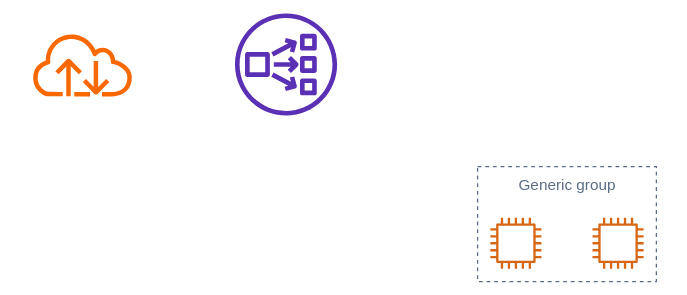
Earlier version of the draw.io export AWS/Untitled Diagram.svg (alexanderoneill/Obsidian). Source tidied: cells renumbered, new cells last; positions are measured from the earlier drawing's top-left corner, leaving out a move shared by most shapes.
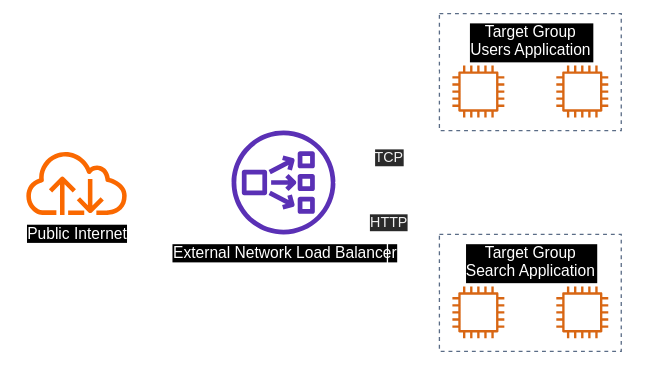
After the commit.

Commit message:
vault backup: 15.08.2023 - 09:58:43

Diff of the diagram source:
```diff
@@ -2,20 +2,38 @@
   <root>
     <mxCell id="0" />
     <mxCell id="1" parent="0" />
-    <mxCell id="2" style="outlineConnect=0;fontColor=#000000;fillColor=#fa6800;strokeColor=#C73500;dashed=0;verticalLabelPosition=bottom;verticalAlign=top;align=center;html=1;fontSize=12;fontStyle=0;shape=mxgraph.aws4.internet;" parent="1" vertex="1">
-      <mxGeometry y="15" width="81.2" height="50" as="geometry" />
+    <mxCell id="2" value="&lt;font color=&quot;#ffffff&quot; style=&quot;background-color: rgb(0 , 0 , 0)&quot;&gt;Public Internet&lt;/font&gt;" style="outlineConnect=0;fontColor=#000000;fillColor=#fa6800;strokeColor=#C73500;dashed=0;verticalLabelPosition=bottom;verticalAlign=top;align=center;html=1;fontSize=12;fontStyle=0;shape=mxgraph.aws4.internet;" parent="1" vertex="1">
+      <mxGeometry x="30" y="55" width="81.2" height="50" as="geometry" />
     </mxCell>
-    <mxCell id="3" style="outlineConnect=0;fontColor=#232F3E;gradientColor=none;fillColor=#5A30B5;strokeColor=none;dashed=0;verticalLabelPosition=bottom;verticalAlign=top;align=center;html=1;fontSize=12;fontStyle=0;shape=mxgraph.aws4.network_load_balancer;" parent="1" vertex="1">
-      <mxGeometry x="160" width="80" height="80" as="geometry" />
+    <mxCell id="3" value="&lt;font style=&quot;background-color: rgb(0 , 0 , 0)&quot; color=&quot;#ffffff&quot;&gt;External Network Load Balancer&lt;/font&gt;" style="outlineConnect=0;fontColor=#232F3E;gradientColor=none;fillColor=#5A30B5;strokeColor=none;dashed=0;verticalLabelPosition=bottom;verticalAlign=top;align=center;html=1;fontSize=12;fontStyle=0;shape=mxgraph.aws4.network_load_balancer;" parent="1" vertex="1">
+      <mxGeometry x="190" y="40" width="80" height="80" as="geometry" />
     </mxCell>
     <mxCell id="4" style="fontColor=#232F3E;gradientColor=none;fillColor=#D86613;strokeColor=none;dashed=0;verticalLabelPosition=bottom;verticalAlign=top;align=center;html=1;fontSize=12;fontStyle=0;shape=mxgraph.aws4.instance2;" parent="1" vertex="1">
       <mxGeometry x="360" y="160" width="40" height="40" as="geometry" />
     </mxCell>
-    <mxCell id="5" value="Generic group" style="fillColor=none;strokeColor=#5A6C86;dashed=1;verticalAlign=top;fontStyle=0;fontColor=#5A6C86;" parent="1" vertex="1">
+    <mxCell id="5" value="Target Group&#10;Search Application" style="fillColor=none;strokeColor=#5A6C86;dashed=1;verticalAlign=top;fontStyle=0;fontColor=#FFFFFF;labelBackgroundColor=#000000;" parent="1" vertex="1">
       <mxGeometry x="350" y="120" width="140" height="90" as="geometry" />
     </mxCell>
     <mxCell id="6" style="fontColor=#232F3E;gradientColor=none;fillColor=#D86613;strokeColor=none;dashed=0;verticalLabelPosition=bottom;verticalAlign=top;align=center;html=1;fontSize=12;fontStyle=0;shape=mxgraph.aws4.instance2;" parent="1" vertex="1">
       <mxGeometry x="440" y="160" width="40" height="40" as="geometry" />
     </mxCell>
+    <mxCell id="7" style="fontColor=#232F3E;gradientColor=none;fillColor=#D86613;strokeColor=none;dashed=0;verticalLabelPosition=bottom;verticalAlign=top;align=center;html=1;fontSize=12;fontStyle=0;shape=mxgraph.aws4.instance2;" parent="1" vertex="1">
+      <mxGeometry x="360" y="-10" width="40" height="40" as="geometry" />
+    </mxCell>
+    <mxCell id="8" value="Target Group&#10;Users Application" style="fillColor=none;strokeColor=#5A6C86;dashed=1;verticalAlign=top;fontStyle=0;fontColor=#FFFFFF;labelBackgroundColor=#000000;" parent="1" vertex="1">
+      <mxGeometry x="350" y="-50" width="140" height="90" as="geometry" />
+    </mxCell>
+    <mxCell id="9" style="fontColor=#232F3E;gradientColor=none;fillColor=#D86613;strokeColor=none;dashed=0;verticalLabelPosition=bottom;verticalAlign=top;align=center;html=1;fontSize=12;fontStyle=0;shape=mxgraph.aws4.instance2;" parent="1" vertex="1">
+      <mxGeometry x="440" y="-10" width="40" height="40" as="geometry" />
+    </mxCell>
+    <mxCell id="10" style="edgeStyle=orthogonalEdgeStyle;html=1;endArrow=block;elbow=vertical;startArrow=none;endFill=1;rounded=0;strokeColor=#FFFFFF;" parent="1" edge="1" source="2" target="3">
+      <mxGeometry relative="1" as="geometry" />
+    </mxCell>
+    <mxCell id="11" value="TCP" style="edgeStyle=orthogonalEdgeStyle;html=1;endArrow=block;elbow=vertical;startArrow=none;endFill=1;rounded=0;entryX=0;entryY=0.5;entryDx=0;entryDy=0;strokeColor=#FFFFFF;" parent="1" edge="1" source="3" target="8">
+      <mxGeometry x="-0.27" relative="1" as="geometry" />
+    </mxCell>
+    <mxCell id="12" value="HTTP" style="edgeStyle=orthogonalEdgeStyle;html=1;endArrow=block;elbow=vertical;startArrow=none;endFill=1;rounded=0;entryX=0;entryY=0.5;entryDx=0;entryDy=0;strokeColor=#FFFFFF;" parent="1" edge="1" source="3" target="5">
+      <mxGeometry x="-0.15" relative="1" as="geometry" />
+    </mxCell>
   </root>
 </mxGraphModel>
```
